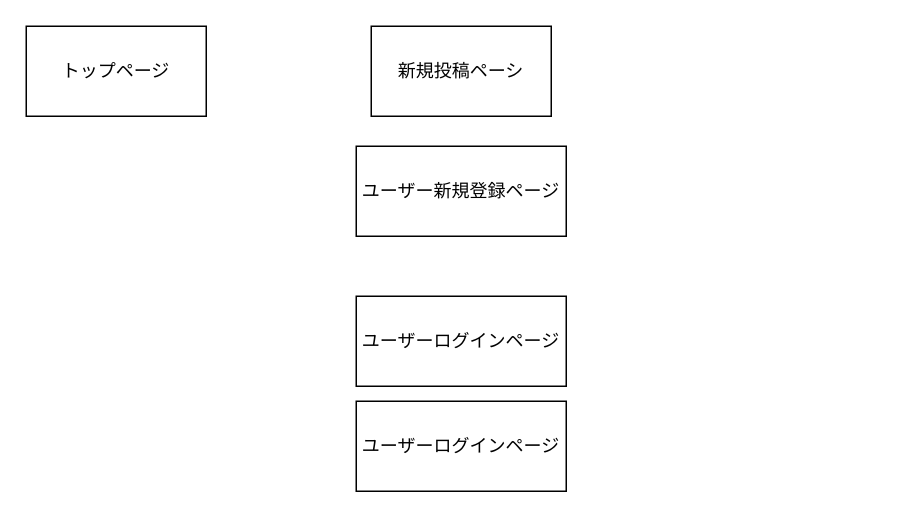
The draw.io diagram gamenseni.dio in yrikiriki/kakeibo-524, before the edit. Source tidied: cells renumbered, new cells numbered last; positions are measured from the earlier drawing's top-left corner, leaving out a move shared by most shapes. Both pictures are drawn from the tidied source at 150%, with x=0, y=0 at pixel (26, 26).
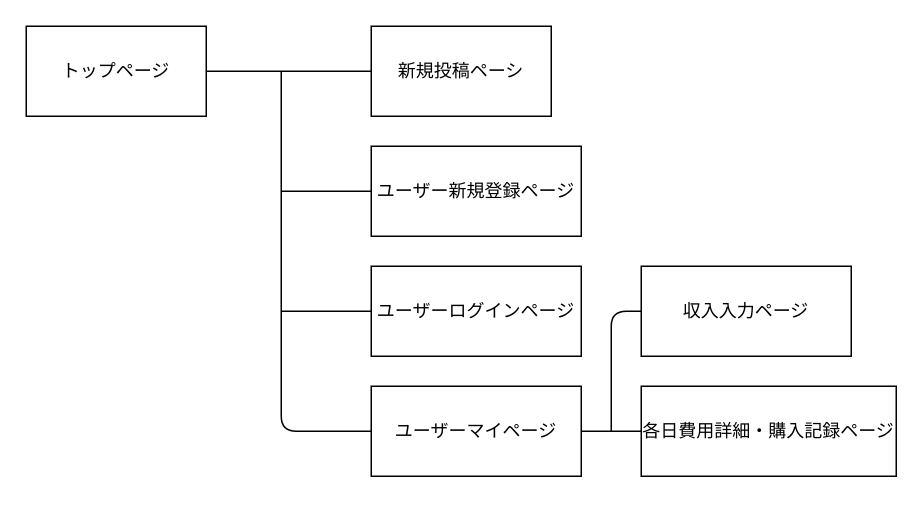
The same diagram, later.

What changed in the source:
```diff
@@
 <mxGraphModel>
   <root>
     <mxCell id="0" />
     <mxCell id="1" parent="0" />
+    <mxCell id="7" style="edgeStyle=none;html=1;exitX=1;exitY=0.5;exitDx=0;exitDy=0;entryX=0;entryY=0.5;entryDx=0;entryDy=0;endArrow=none;endFill=0;" parent="1" edge="1" source="2" target="3">
+      <mxGeometry relative="1" as="geometry" />
+    </mxCell>
     <mxCell id="2" value="トップページ" style="rounded=0;whiteSpace=wrap;html=1;" parent="1" vertex="1">
       <mxGeometry width="120" height="60" as="geometry" />
     </mxCell>
     <mxCell id="3" value="新規投稿ペーシ" style="rounded=0;whiteSpace=wrap;html=1;" parent="1" vertex="1">
       <mxGeometry x="230" width="120" height="60" as="geometry" />
     </mxCell>
+    <mxCell id="8" style="edgeStyle=none;html=1;endArrow=none;endFill=0;" parent="1" edge="1" source="4">
+      <mxGeometry relative="1" as="geometry">
+        <mxPoint x="170" y="110" as="targetPoint" />
+      </mxGeometry>
+    </mxCell>
     <mxCell id="4" value="ユーザー新規登録ページ" style="rounded=0;whiteSpace=wrap;html=1;" parent="1" vertex="1">
-      <mxGeometry x="220" y="80" width="140" height="60" as="geometry" />
+      <mxGeometry x="230" y="80" width="140" height="60" as="geometry" />
     </mxCell>
+    <mxCell id="9" style="edgeStyle=none;html=1;endArrow=none;endFill=0;" parent="1" edge="1" source="5">
+      <mxGeometry relative="1" as="geometry">
+        <mxPoint x="170" y="190" as="targetPoint" />
+      </mxGeometry>
+    </mxCell>
     <mxCell id="5" value="ユーザーログインページ" style="rounded=0;whiteSpace=wrap;html=1;" parent="1" vertex="1">
-      <mxGeometry x="220" y="180" width="140" height="60" as="geometry" />
+      <mxGeometry x="230" y="160" width="140" height="60" as="geometry" />
     </mxCell>
+    <mxCell id="10" style="edgeStyle=none;html=1;endArrow=none;endFill=0;" parent="1" edge="1" source="6">
+      <mxGeometry relative="1" as="geometry">
+        <mxPoint x="170" y="30" as="targetPoint" />
+        <Array as="points">
+          <mxPoint x="170" y="270" />
+        </Array>
+      </mxGeometry>
+    </mxCell>
+    <mxCell id="11" style="edgeStyle=none;html=1;entryX=0;entryY=0.5;entryDx=0;entryDy=0;endArrow=none;endFill=0;" parent="1" edge="1" source="6" target="14">
+      <mxGeometry relative="1" as="geometry" />
+    </mxCell>
-    <mxCell id="6" value="ユーザーログインページ" style="rounded=0;whiteSpace=wrap;html=1;" parent="1" vertex="1">
-      <mxGeometry x="220" y="250" width="140" height="60" as="geometry" />
+    <mxCell id="6" value="ユーザーマイページ" style="rounded=0;whiteSpace=wrap;html=1;" parent="1" vertex="1">
+      <mxGeometry x="230" y="240" width="140" height="60" as="geometry" />
     </mxCell>
+    <mxCell id="12" style="edgeStyle=none;html=1;endArrow=none;endFill=0;" parent="1" edge="1" source="13">
+      <mxGeometry relative="1" as="geometry">
+        <mxPoint x="390" y="270" as="targetPoint" />
+        <Array as="points">
+          <mxPoint x="390" y="190" />
+        </Array>
+      </mxGeometry>
+    </mxCell>
+    <mxCell id="13" value="収入入力ページ" style="rounded=0;whiteSpace=wrap;html=1;" parent="1" vertex="1">
+      <mxGeometry x="410" y="160" width="140" height="60" as="geometry" />
+    </mxCell>
+    <mxCell id="14" value="各日費用詳細・購入記録ページ" style="rounded=0;whiteSpace=wrap;html=1;" parent="1" vertex="1">
+      <mxGeometry x="410" y="240" width="170" height="60" as="geometry" />
+    </mxCell>
   </root>
 </mxGraphModel>
```
